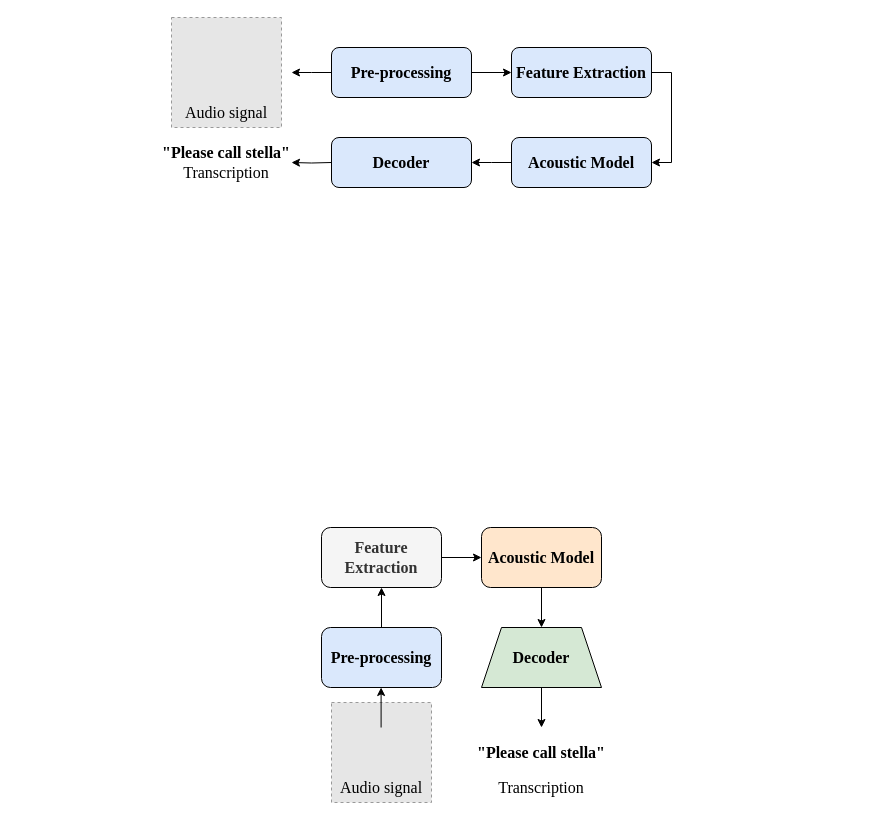
Above: ASR架构图.drawio in Momoyeyu/Draw.io-Repo (draw.io), before the change. Source tidied: cells renumbered, new cells numbered last; positions are measured from the earlier drawing's top-left corner, leaving out a move shared by most shapes. Both pictures are drawn from the tidied source at 100%, with x=0, y=0 at pixel (161, 17). Pictures stored in the file or linked from it are replaced by grey dashed boxes.
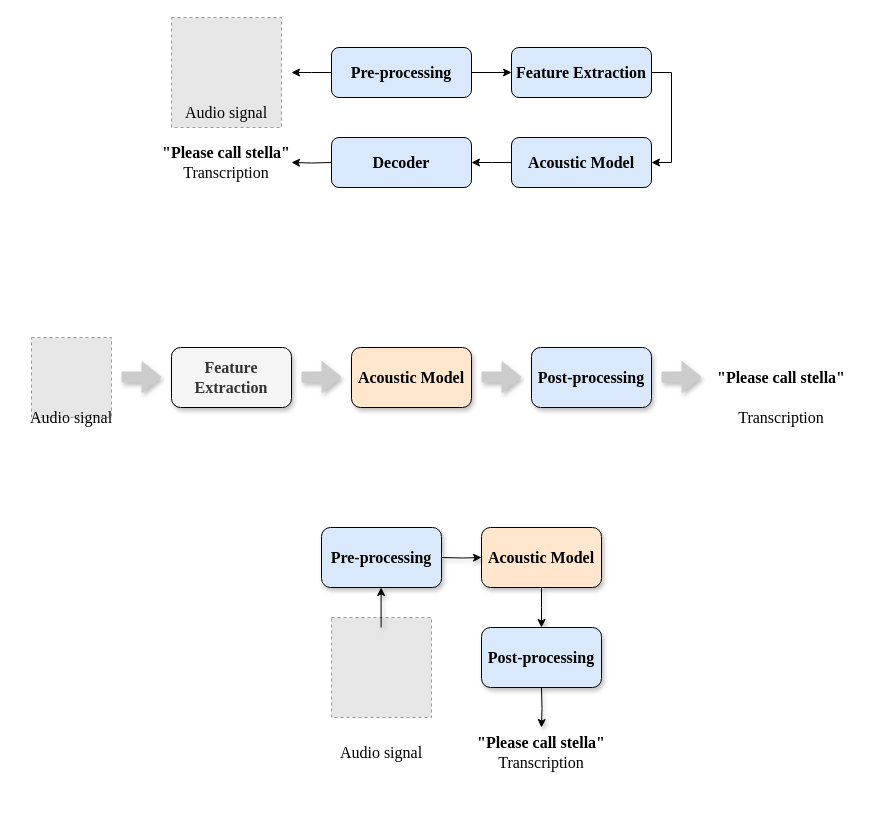
The same page after the edit.

Commit message:
更新ASR架构图.drawio

Diff of the diagram source:
```diff
@@
-    <mxCell id="13" style="edgeStyle=orthogonalEdgeStyle;rounded=0;jettySize=auto;html=1;entryX=0.5;entryY=0;entryDx=0;entryDy=0;" parent="1" edge="1" source="14" target="21">
-      <mxGeometry relative="1" as="geometry" />
+    <mxCell id="13" style="edgeStyle=orthogonalEdgeStyle;rounded=0;jettySize=auto;html=1;entryX=0.5;entryY=0;entryDx=0;entryDy=0;shadow=1;" parent="1" edge="1" target="21">
+      <mxGeometry relative="1" as="geometry">
+        <mxPoint x="380" y="670" as="sourcePoint" />
+      </mxGeometry>
     </mxCell>
-    <mxCell id="14" value="&lt;font style=&quot;font-size: 16px;&quot;&gt;&lt;b style=&quot;font-size: 16px;&quot;&gt;Decoder&lt;/b&gt;&lt;/font&gt;" style="shape=trapezoid;perimeter=trapezoidPerimeter;whiteSpace=wrap;html=1;fixedSize=1;rotation=0;fillColor=#d5e8d4;strokeColor=#000000;fontSize=16;fontFamily=Times New Roman;" parent="1" vertex="1">
-      <mxGeometry x="320" y="610" width="120" height="60" as="geometry" />
-    </mxCell>
-    <mxCell id="15" style="edgeStyle=orthogonalEdgeStyle;rounded=0;jettySize=auto;html=1;" parent="1" edge="1" source="16" target="14">
-      <mxGeometry relative="1" as="geometry" />
+    <mxCell id="15" style="edgeStyle=orthogonalEdgeStyle;rounded=0;jettySize=auto;html=1;shadow=1;" parent="1" edge="1" source="16">
+      <mxGeometry relative="1" as="geometry">
+        <mxPoint x="380" y="610" as="targetPoint" />
+      </mxGeometry>
     </mxCell>
-    <mxCell id="16" value="Acoustic Model" style="rounded=1;whiteSpace=wrap;html=1;fillColor=#ffe6cc;strokeColor=#000000;fontSize=16;fontFamily=Times New Roman;fontStyle=1;" parent="1" vertex="1">
+    <mxCell id="16" value="Acoustic Model" style="rounded=1;whiteSpace=wrap;html=1;fillColor=#ffe6cc;strokeColor=#000000;fontSize=16;fontFamily=Times New Roman;fontStyle=1;shadow=1;" parent="1" vertex="1">
       <mxGeometry x="320" y="510" width="120" height="60" as="geometry" />
     </mxCell>
     <mxCell id="17" style="fillColor=#E6E6E6;strokeColor=#999999;dashed=1;verticalLabelPosition=bottom;labelBackgroundColor=default;verticalAlign=top;fontSize=16;fontFamily=Times New Roman;" parent="1" vertex="1">
-      <mxGeometry x="170" y="685" width="100" height="100" as="geometry" />
+      <mxGeometry x="170" y="600" width="100" height="100" as="geometry" />
     </mxCell>
-    <mxCell id="18" style="edgeStyle=orthogonalEdgeStyle;rounded=0;jettySize=auto;html=1;entryX=0;entryY=0.5;entryDx=0;entryDy=0;" parent="1" edge="1" source="19" target="16">
-      <mxGeometry relative="1" as="geometry" />
+    <mxCell id="18" style="edgeStyle=orthogonalEdgeStyle;rounded=0;jettySize=auto;html=1;entryX=0;entryY=0.5;entryDx=0;entryDy=0;shadow=1;" parent="1" edge="1" target="16">
+      <mxGeometry relative="1" as="geometry">
+        <mxPoint x="280" y="540" as="sourcePoint" />
+      </mxGeometry>
     </mxCell>
-    <mxCell id="19" value="&lt;font style=&quot;font-size: 16px;&quot;&gt;Feature Extraction&lt;/font&gt;" style="rounded=1;whiteSpace=wrap;html=1;fontStyle=1;fillColor=#f5f5f5;strokeColor=#000000;fontSize=16;fontFamily=Times New Roman;fontColor=#333333;" parent="1" vertex="1">
-      <mxGeometry x="160" y="510" width="120" height="60" as="geometry" />
-    </mxCell>
-    <mxCell id="20" value="&lt;font style=&quot;font-size: 16px;&quot;&gt;Audio signal&lt;/font&gt;" style="text;html=1;align=center;verticalAlign=middle;whiteSpace=wrap;rounded=0;fontSize=16;fontFamily=Times New Roman;" parent="1" vertex="1">
-      <mxGeometry x="170" y="760" width="100" height="20" as="geometry" />
+    <mxCell id="20" value="&lt;font style=&quot;font-size: 16px;&quot;&gt;Audio signal&lt;/font&gt;" style="text;html=1;align=center;verticalAlign=middle;whiteSpace=wrap;rounded=0;fontSize=16;fontFamily=Times New Roman;shadow=1;" parent="1" vertex="1">
+      <mxGeometry x="170" y="725" width="100" height="20" as="geometry" />
     </mxCell>
-    <mxCell id="21" value="&lt;font style=&quot;font-size: 16px;&quot;&gt;&lt;b style=&quot;font-size: 16px;&quot;&gt;&quot;Please call stella&quot;&lt;/b&gt;&lt;br&gt;&lt;/font&gt;" style="text;html=1;align=center;verticalAlign=middle;whiteSpace=wrap;rounded=0;fontSize=16;fontFamily=Times New Roman;" parent="1" vertex="1">
+    <mxCell id="21" value="&lt;font style=&quot;font-size: 16px;&quot;&gt;&lt;b style=&quot;font-size: 16px;&quot;&gt;&quot;Please call stella&quot;&lt;br&gt;&lt;/b&gt;Transcription&lt;br&gt;&lt;/font&gt;" style="text;html=1;align=center;verticalAlign=middle;whiteSpace=wrap;rounded=0;fontSize=16;fontFamily=Times New Roman;shadow=1;" parent="1" vertex="1">
       <mxGeometry x="310" y="710" width="140" height="50" as="geometry" />
     </mxCell>
@@
-    <mxCell id="23" style="edgeStyle=orthogonalEdgeStyle;rounded=0;jettySize=auto;html=1;exitX=0.5;exitY=0;exitDx=0;exitDy=0;entryX=0.5;entryY=1;entryDx=0;entryDy=0;" parent="1" edge="1" source="24" target="19">
-      <mxGeometry relative="1" as="geometry" />
-    </mxCell>
-    <mxCell id="24" value="&lt;font style=&quot;font-size: 16px;&quot;&gt;Pre-processing&lt;/font&gt;" style="rounded=1;whiteSpace=wrap;html=1;fontStyle=1;fillColor=#dae8fc;strokeColor=#000000;fontSize=16;fontFamily=Times New Roman;" parent="1" vertex="1">
-      <mxGeometry x="160" y="610" width="120" height="60" as="geometry" />
+    <mxCell id="24" value="&lt;font style=&quot;font-size: 16px;&quot;&gt;Pre-processing&lt;/font&gt;" style="rounded=1;whiteSpace=wrap;html=1;fontStyle=1;fillColor=#dae8fc;strokeColor=#000000;fontSize=16;fontFamily=Times New Roman;shadow=1;" parent="1" vertex="1">
+      <mxGeometry x="160" y="510" width="120" height="60" as="geometry" />
     </mxCell>
-    <mxCell id="25" style="endArrow=classic;html=1;rounded=0;" parent="1" edge="1">
+    <mxCell id="25" style="endArrow=classic;html=1;rounded=0;shadow=1;" parent="1" edge="1">
       <mxGeometry relative="1" as="geometry">
-        <mxPoint x="219.6" y="710" as="sourcePoint" />
-        <mxPoint x="219.6" y="670" as="targetPoint" />
+        <mxPoint x="219.6" y="610" as="sourcePoint" />
+        <mxPoint x="219.6" y="570" as="targetPoint" />
       </mxGeometry>
     </mxCell>
+    <mxCell id="27" value="Acoustic Model" style="rounded=1;whiteSpace=wrap;html=1;fillColor=#ffe6cc;strokeColor=#000000;fontSize=16;fontFamily=Times New Roman;fontStyle=1;shadow=1;" parent="1" vertex="1">
+      <mxGeometry x="190" y="330" width="120" height="60" as="geometry" />
+    </mxCell>
+    <mxCell id="28" style="fillColor=#E6E6E6;strokeColor=#999999;dashed=1;verticalLabelPosition=bottom;labelBackgroundColor=default;verticalAlign=top;fontSize=16;fontFamily=Times New Roman;" parent="1" vertex="1">
+      <mxGeometry x="-130" y="320" width="80" height="80" as="geometry" />
+    </mxCell>
+    <mxCell id="29" value="&lt;font style=&quot;font-size: 16px;&quot;&gt;Audio signal&lt;/font&gt;" style="text;html=1;align=center;verticalAlign=middle;whiteSpace=wrap;rounded=0;fontSize=16;fontFamily=Times New Roman;shadow=1;" parent="1" vertex="1">
+      <mxGeometry x="-140" y="390" width="100" height="20" as="geometry" />
+    </mxCell>
+    <mxCell id="30" value="&lt;font style=&quot;font-size: 16px;&quot;&gt;&lt;b style=&quot;font-size: 16px;&quot;&gt;&quot;Please call stella&quot;&lt;/b&gt;&lt;br&gt;&lt;/font&gt;" style="text;html=1;align=center;verticalAlign=middle;whiteSpace=wrap;rounded=0;fontSize=16;fontFamily=Times New Roman;shadow=1;" parent="1" vertex="1">
+      <mxGeometry x="550" y="335" width="140" height="50" as="geometry" />
+    </mxCell>
+    <mxCell id="19" value="&lt;font style=&quot;font-size: 16px;&quot;&gt;Feature Extraction&lt;/font&gt;" style="rounded=1;whiteSpace=wrap;html=1;fontStyle=1;fillColor=#f5f5f5;strokeColor=#000000;fontSize=16;fontFamily=Times New Roman;fontColor=#333333;shadow=1;" parent="1" vertex="1">
+      <mxGeometry x="10" y="330" width="120" height="60" as="geometry" />
+    </mxCell>
-    <mxCell id="26" value="&lt;font style=&quot;font-size: 16px;&quot;&gt;Transcription&lt;/font&gt;" style="text;html=1;align=center;verticalAlign=middle;whiteSpace=wrap;rounded=0;fontSize=16;fontFamily=Times New Roman;" parent="1" vertex="1">
-      <mxGeometry x="330" y="760" width="100" height="20" as="geometry" />
+    <mxCell id="26" value="&lt;font style=&quot;font-size: 16px;&quot;&gt;Transcription&lt;/font&gt;" style="text;html=1;align=center;verticalAlign=middle;whiteSpace=wrap;rounded=0;fontSize=16;fontFamily=Times New Roman;shadow=1;" parent="1" vertex="1">
+      <mxGeometry x="570" y="390" width="100" height="20" as="geometry" />
     </mxCell>
+    <mxCell id="31" value="&lt;font style=&quot;font-size: 16px;&quot;&gt;Post-processing&lt;/font&gt;" style="rounded=1;whiteSpace=wrap;html=1;fontStyle=1;fillColor=#dae8fc;strokeColor=#000000;fontSize=16;fontFamily=Times New Roman;shadow=1;" parent="1" vertex="1">
+      <mxGeometry x="370" y="330" width="120" height="60" as="geometry" />
+    </mxCell>
+    <mxCell id="32" value="&lt;font style=&quot;font-size: 16px;&quot;&gt;Post-processing&lt;/font&gt;" style="rounded=1;whiteSpace=wrap;html=1;fontStyle=1;fillColor=#dae8fc;strokeColor=#000000;fontSize=16;fontFamily=Times New Roman;shadow=1;" parent="1" vertex="1">
+      <mxGeometry x="320" y="610" width="120" height="60" as="geometry" />
+    </mxCell>
+    <mxCell id="33" style="shape=flexArrow;endArrow=classic;html=1;rounded=0;strokeColor=#CCCCCC;fillColor=#CCCCCC;shadow=1;" parent="1" edge="1">
+      <mxGeometry relative="1" as="geometry">
+        <mxPoint x="-40" y="359.5" as="sourcePoint" />
+        <mxPoint y="359.5" as="targetPoint" />
+      </mxGeometry>
+    </mxCell>
+    <mxCell id="34" style="shape=flexArrow;endArrow=classic;html=1;rounded=0;strokeColor=#CCCCCC;fillColor=#CCCCCC;shadow=1;" parent="1" edge="1">
+      <mxGeometry relative="1" as="geometry">
+        <mxPoint x="140" y="359.5" as="sourcePoint" />
+        <mxPoint x="180" y="359.5" as="targetPoint" />
+      </mxGeometry>
+    </mxCell>
+    <mxCell id="35" style="shape=flexArrow;endArrow=classic;html=1;rounded=0;strokeColor=#CCCCCC;fillColor=#CCCCCC;shadow=1;" parent="1" edge="1">
+      <mxGeometry relative="1" as="geometry">
+        <mxPoint x="320" y="359.5" as="sourcePoint" />
+        <mxPoint x="360" y="359.5" as="targetPoint" />
+      </mxGeometry>
+    </mxCell>
+    <mxCell id="36" style="shape=flexArrow;endArrow=classic;html=1;rounded=0;strokeColor=#CCCCCC;fillColor=#CCCCCC;shadow=1;" parent="1" edge="1">
+      <mxGeometry relative="1" as="geometry">
+        <mxPoint x="500" y="359.5" as="sourcePoint" />
+        <mxPoint x="540" y="359.5" as="targetPoint" />
+      </mxGeometry>
+    </mxCell>
```
